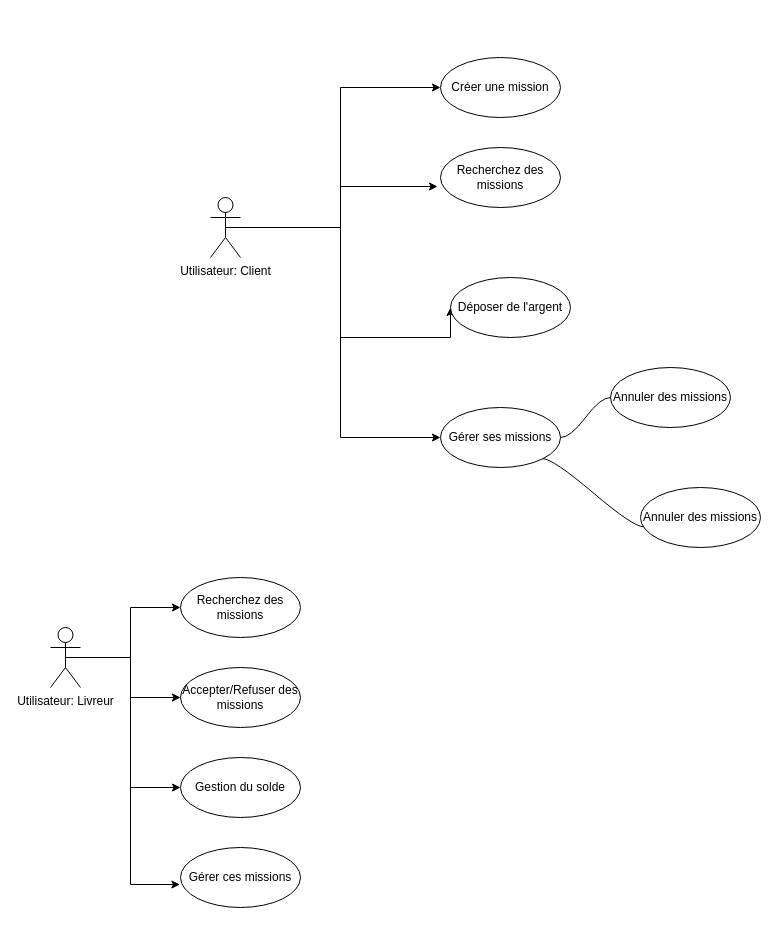
This is delivquest-case usage.drawio from kbvac/Diagramme-UML, a draw.io file, before an edit. Source tidied: cells renumbered, new cells numbered last; positions are measured from the earlier drawing's top-left corner, leaving out a move shared by most shapes. Both pictures are drawn from the tidied source at 100%, with x=0, y=0 at pixel (50, 57).
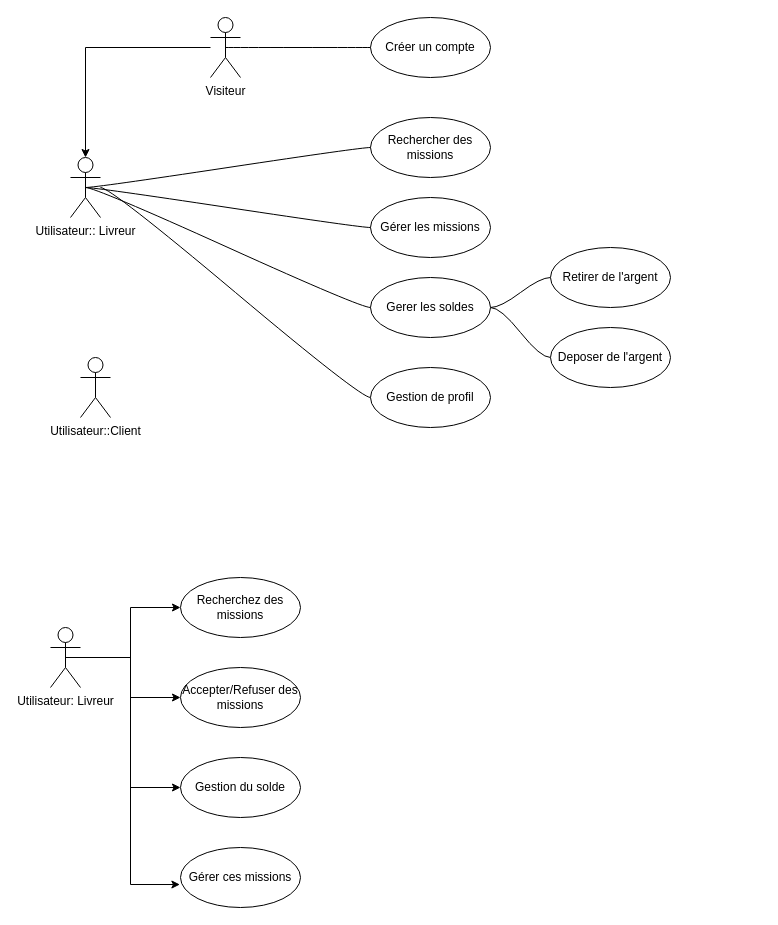
Above is the later version.

Commit message (it also covers changes not shown here):
Mettre à jour delivquest-case usage.drawio

What changed in the source:
```diff
@@
-    <mxCell id="2" style="edgeStyle=orthogonalEdgeStyle;rounded=0;jettySize=auto;html=1;entryX=0;entryY=0.5;entryDx=0;entryDy=0;" parent="1" edge="1" source="5" target="6">
-      <mxGeometry relative="1" as="geometry" />
-    </mxCell>
-    <mxCell id="3" style="edgeStyle=orthogonalEdgeStyle;rounded=0;jettySize=auto;html=1;exitX=0.5;exitY=0.5;exitDx=0;exitDy=0;exitPerimeter=0;entryX=0;entryY=0.5;entryDx=0;entryDy=0;" parent="1" edge="1" source="5" target="9">
-      <mxGeometry relative="1" as="geometry">
-        <Array as="points">
-          <mxPoint x="290" y="170" />
-          <mxPoint x="290" y="280" />
-        </Array>
-      </mxGeometry>
-    </mxCell>
-    <mxCell id="4" style="edgeStyle=orthogonalEdgeStyle;rounded=0;jettySize=auto;html=1;exitX=0.5;exitY=0.5;exitDx=0;exitDy=0;exitPerimeter=0;entryX=0;entryY=0.5;entryDx=0;entryDy=0;" parent="1" edge="1" source="5" target="11">
-      <mxGeometry relative="1" as="geometry" />
-    </mxCell>
-    <mxCell id="5" value="Utilisateur: Client" style="shape=umlActor;verticalLabelPosition=bottom;verticalAlign=top;html=1;" parent="1" vertex="1">
-      <mxGeometry x="160" y="140" width="30" height="60" as="geometry" />
-    </mxCell>
-    <mxCell id="6" value="Créer une mission" style="ellipse;whiteSpace=wrap;html=1;align=center;newEdgeStyle={&quot;edgeStyle&quot;:&quot;entityRelationEdgeStyle&quot;,&quot;startArrow&quot;:&quot;none&quot;,&quot;endArrow&quot;:&quot;none&quot;,&quot;segment&quot;:10,&quot;curved&quot;:1,&quot;sourcePerimeterSpacing&quot;:0,&quot;targetPerimeterSpacing&quot;:0};" parent="1" vertex="1">
-      <mxGeometry x="390" width="120" height="60" as="geometry" />
-    </mxCell>
-    <mxCell id="7" value="Recherchez des missions" style="ellipse;whiteSpace=wrap;html=1;align=center;newEdgeStyle={&quot;edgeStyle&quot;:&quot;entityRelationEdgeStyle&quot;,&quot;startArrow&quot;:&quot;none&quot;,&quot;endArrow&quot;:&quot;none&quot;,&quot;segment&quot;:10,&quot;curved&quot;:1,&quot;sourcePerimeterSpacing&quot;:0,&quot;targetPerimeterSpacing&quot;:0};" parent="1" vertex="1">
-      <mxGeometry x="390" y="90" width="120" height="60" as="geometry" />
-    </mxCell>
-    <mxCell id="8" style="edgeStyle=orthogonalEdgeStyle;rounded=0;jettySize=auto;html=1;exitX=0.5;exitY=0.5;exitDx=0;exitDy=0;exitPerimeter=0;entryX=-0.025;entryY=0.65;entryDx=0;entryDy=0;entryPerimeter=0;" parent="1" edge="1" source="5" target="7">
-      <mxGeometry relative="1" as="geometry" />
-    </mxCell>
-    <mxCell id="9" value="Déposer de l'argent" style="ellipse;whiteSpace=wrap;html=1;align=center;newEdgeStyle={&quot;edgeStyle&quot;:&quot;entityRelationEdgeStyle&quot;,&quot;startArrow&quot;:&quot;none&quot;,&quot;endArrow&quot;:&quot;none&quot;,&quot;segment&quot;:10,&quot;curved&quot;:1,&quot;sourcePerimeterSpacing&quot;:0,&quot;targetPerimeterSpacing&quot;:0};" parent="1" vertex="1">
-      <mxGeometry x="400" y="220" width="120" height="60" as="geometry" />
-    </mxCell>
-    <mxCell id="10" style="edgeStyle=entityRelationEdgeStyle;rounded=0;jettySize=auto;html=1;startArrow=none;endArrow=none;segment=10;curved=1;sourcePerimeterSpacing=0;targetPerimeterSpacing=0;" parent="1" edge="1" source="11" target="12">
-      <mxGeometry relative="1" as="geometry" />
-    </mxCell>
-    <mxCell id="11" value="Gérer ses missions" style="ellipse;whiteSpace=wrap;html=1;align=center;newEdgeStyle={&quot;edgeStyle&quot;:&quot;entityRelationEdgeStyle&quot;,&quot;startArrow&quot;:&quot;none&quot;,&quot;endArrow&quot;:&quot;none&quot;,&quot;segment&quot;:10,&quot;curved&quot;:1,&quot;sourcePerimeterSpacing&quot;:0,&quot;targetPerimeterSpacing&quot;:0};" parent="1" vertex="1">
-      <mxGeometry x="390" y="350" width="120" height="60" as="geometry" />
-    </mxCell>
-    <mxCell id="12" value="Annuler des missions" style="ellipse;whiteSpace=wrap;html=1;align=center;newEdgeStyle={&quot;edgeStyle&quot;:&quot;entityRelationEdgeStyle&quot;,&quot;startArrow&quot;:&quot;none&quot;,&quot;endArrow&quot;:&quot;none&quot;,&quot;segment&quot;:10,&quot;curved&quot;:1,&quot;sourcePerimeterSpacing&quot;:0,&quot;targetPerimeterSpacing&quot;:0};" parent="1" vertex="1">
-      <mxGeometry x="560" y="310" width="120" height="60" as="geometry" />
-    </mxCell>
-    <mxCell id="13" value="Annuler des missions" style="ellipse;whiteSpace=wrap;html=1;align=center;newEdgeStyle={&quot;edgeStyle&quot;:&quot;entityRelationEdgeStyle&quot;,&quot;startArrow&quot;:&quot;none&quot;,&quot;endArrow&quot;:&quot;none&quot;,&quot;segment&quot;:10,&quot;curved&quot;:1,&quot;sourcePerimeterSpacing&quot;:0,&quot;targetPerimeterSpacing&quot;:0};" parent="1" vertex="1">
-      <mxGeometry x="590" y="430" width="120" height="60" as="geometry" />
-    </mxCell>
-    <mxCell id="14" style="edgeStyle=entityRelationEdgeStyle;rounded=0;jettySize=auto;html=1;startArrow=none;endArrow=none;segment=10;curved=1;sourcePerimeterSpacing=0;targetPerimeterSpacing=0;exitX=1;exitY=1;exitDx=0;exitDy=0;entryX=0.022;entryY=0.653;entryDx=0;entryDy=0;entryPerimeter=0;" parent="1" edge="1" source="11" target="13">
-      <mxGeometry relative="1" as="geometry" />
-    </mxCell>
@@
+    <mxCell id="24" style="edgeStyle=orthogonalEdgeStyle;rounded=0;jettySize=auto;html=1;" parent="1" edge="1" source="25" target="28">
+      <mxGeometry relative="1" as="geometry" />
+    </mxCell>
+    <mxCell id="25" value="Visiteur" style="shape=umlActor;verticalLabelPosition=bottom;verticalAlign=top;html=1;" parent="1" vertex="1">
+      <mxGeometry x="160" y="-40" width="30" height="60" as="geometry" />
+    </mxCell>
+    <mxCell id="26" value="Créer un compte" style="ellipse;whiteSpace=wrap;html=1;align=center;newEdgeStyle={&quot;edgeStyle&quot;:&quot;entityRelationEdgeStyle&quot;,&quot;startArrow&quot;:&quot;none&quot;,&quot;endArrow&quot;:&quot;none&quot;,&quot;segment&quot;:10,&quot;curved&quot;:1,&quot;sourcePerimeterSpacing&quot;:0,&quot;targetPerimeterSpacing&quot;:0};" parent="1" vertex="1">
+      <mxGeometry x="320" y="-40" width="120" height="60" as="geometry" />
+    </mxCell>
+    <mxCell id="27" style="edgeStyle=entityRelationEdgeStyle;rounded=0;jettySize=auto;html=1;startArrow=none;endArrow=none;segment=10;curved=1;sourcePerimeterSpacing=0;targetPerimeterSpacing=0;exitX=0;exitY=0.5;exitDx=0;exitDy=0;entryX=0.5;entryY=0.5;entryDx=0;entryDy=0;entryPerimeter=0;" parent="1" edge="1" source="26" target="25">
+      <mxGeometry relative="1" as="geometry" />
+    </mxCell>
+    <mxCell id="28" value="Utilisateur:: Livreur" style="shape=umlActor;verticalLabelPosition=bottom;verticalAlign=top;html=1;" parent="1" vertex="1">
+      <mxGeometry x="20" y="100" width="30" height="60" as="geometry" />
+    </mxCell>
+    <mxCell id="29" value="Rechercher des missions" style="ellipse;whiteSpace=wrap;html=1;align=center;newEdgeStyle={&quot;edgeStyle&quot;:&quot;entityRelationEdgeStyle&quot;,&quot;startArrow&quot;:&quot;none&quot;,&quot;endArrow&quot;:&quot;none&quot;,&quot;segment&quot;:10,&quot;curved&quot;:1,&quot;sourcePerimeterSpacing&quot;:0,&quot;targetPerimeterSpacing&quot;:0};" parent="1" vertex="1">
+      <mxGeometry x="320" y="60" width="120" height="60" as="geometry" />
+    </mxCell>
+    <mxCell id="30" style="edgeStyle=entityRelationEdgeStyle;rounded=0;jettySize=auto;html=1;startArrow=none;endArrow=none;segment=10;curved=1;sourcePerimeterSpacing=0;targetPerimeterSpacing=0;exitX=0;exitY=0.5;exitDx=0;exitDy=0;entryX=0.5;entryY=0.5;entryDx=0;entryDy=0;entryPerimeter=0;" parent="1" edge="1" source="29" target="28">
+      <mxGeometry relative="1" as="geometry" />
+    </mxCell>
+    <mxCell id="31" value="Gérer les missions" style="ellipse;whiteSpace=wrap;html=1;align=center;newEdgeStyle={&quot;edgeStyle&quot;:&quot;entityRelationEdgeStyle&quot;,&quot;startArrow&quot;:&quot;none&quot;,&quot;endArrow&quot;:&quot;none&quot;,&quot;segment&quot;:10,&quot;curved&quot;:1,&quot;sourcePerimeterSpacing&quot;:0,&quot;targetPerimeterSpacing&quot;:0};" parent="1" vertex="1">
+      <mxGeometry x="320" y="140" width="120" height="60" as="geometry" />
+    </mxCell>
+    <mxCell id="32" style="edgeStyle=entityRelationEdgeStyle;rounded=0;jettySize=auto;html=1;startArrow=none;endArrow=none;segment=10;curved=1;sourcePerimeterSpacing=0;targetPerimeterSpacing=0;exitX=0;exitY=0.5;exitDx=0;exitDy=0;entryX=0.5;entryY=0.5;entryDx=0;entryDy=0;entryPerimeter=0;" parent="1" edge="1" source="31" target="28">
+      <mxGeometry relative="1" as="geometry" />
+    </mxCell>
+    <mxCell id="33" value="Utilisateur::Client" style="shape=umlActor;verticalLabelPosition=bottom;verticalAlign=top;html=1;" parent="1" vertex="1">
+      <mxGeometry x="30" y="300" width="30" height="60" as="geometry" />
+    </mxCell>
+    <mxCell id="34" style="edgeStyle=entityRelationEdgeStyle;rounded=0;jettySize=auto;html=1;startArrow=none;endArrow=none;segment=10;curved=1;sourcePerimeterSpacing=0;targetPerimeterSpacing=0;exitX=1;exitY=0.5;exitDx=0;exitDy=0;entryX=0;entryY=0.5;entryDx=0;entryDy=0;" parent="1" edge="1" source="36" target="40">
+      <mxGeometry relative="1" as="geometry" />
+    </mxCell>
+    <mxCell id="35" style="edgeStyle=entityRelationEdgeStyle;rounded=0;jettySize=auto;html=1;startArrow=none;endArrow=none;segment=10;curved=1;sourcePerimeterSpacing=0;targetPerimeterSpacing=0;exitX=1;exitY=0.5;exitDx=0;exitDy=0;entryX=0;entryY=0.5;entryDx=0;entryDy=0;" parent="1" edge="1" source="36" target="41">
+      <mxGeometry relative="1" as="geometry" />
+    </mxCell>
+    <mxCell id="36" value="Gerer les soldes" style="ellipse;whiteSpace=wrap;html=1;align=center;newEdgeStyle={&quot;edgeStyle&quot;:&quot;entityRelationEdgeStyle&quot;,&quot;startArrow&quot;:&quot;none&quot;,&quot;endArrow&quot;:&quot;none&quot;,&quot;segment&quot;:10,&quot;curved&quot;:1,&quot;sourcePerimeterSpacing&quot;:0,&quot;targetPerimeterSpacing&quot;:0};" parent="1" vertex="1">
+      <mxGeometry x="320" y="220" width="120" height="60" as="geometry" />
+    </mxCell>
+    <mxCell id="37" style="edgeStyle=entityRelationEdgeStyle;rounded=0;jettySize=auto;html=1;startArrow=none;endArrow=none;segment=10;curved=1;sourcePerimeterSpacing=0;targetPerimeterSpacing=0;exitX=0;exitY=0.5;exitDx=0;exitDy=0;entryX=0.5;entryY=0.5;entryDx=0;entryDy=0;entryPerimeter=0;" parent="1" edge="1" source="36" target="28">
+      <mxGeometry relative="1" as="geometry" />
+    </mxCell>
+    <mxCell id="38" style="edgeStyle=entityRelationEdgeStyle;rounded=0;jettySize=auto;html=1;startArrow=none;endArrow=none;segment=10;curved=1;sourcePerimeterSpacing=0;targetPerimeterSpacing=0;exitX=0;exitY=0.5;exitDx=0;exitDy=0;" parent="1" edge="1" source="39" target="28">
+      <mxGeometry relative="1" as="geometry" />
+    </mxCell>
+    <mxCell id="39" value="Gestion de profil" style="ellipse;whiteSpace=wrap;html=1;align=center;newEdgeStyle={&quot;edgeStyle&quot;:&quot;entityRelationEdgeStyle&quot;,&quot;startArrow&quot;:&quot;none&quot;,&quot;endArrow&quot;:&quot;none&quot;,&quot;segment&quot;:10,&quot;curved&quot;:1,&quot;sourcePerimeterSpacing&quot;:0,&quot;targetPerimeterSpacing&quot;:0};" parent="1" vertex="1">
+      <mxGeometry x="320" y="310" width="120" height="60" as="geometry" />
+    </mxCell>
+    <mxCell id="40" value="Retirer de l'argent" style="ellipse;whiteSpace=wrap;html=1;align=center;newEdgeStyle={&quot;edgeStyle&quot;:&quot;entityRelationEdgeStyle&quot;,&quot;startArrow&quot;:&quot;none&quot;,&quot;endArrow&quot;:&quot;none&quot;,&quot;segment&quot;:10,&quot;curved&quot;:1,&quot;sourcePerimeterSpacing&quot;:0,&quot;targetPerimeterSpacing&quot;:0};" parent="1" vertex="1">
+      <mxGeometry x="500" y="190" width="120" height="60" as="geometry" />
+    </mxCell>
+    <mxCell id="41" value="Deposer de l'argent" style="ellipse;whiteSpace=wrap;html=1;align=center;newEdgeStyle={&quot;edgeStyle&quot;:&quot;entityRelationEdgeStyle&quot;,&quot;startArrow&quot;:&quot;none&quot;,&quot;endArrow&quot;:&quot;none&quot;,&quot;segment&quot;:10,&quot;curved&quot;:1,&quot;sourcePerimeterSpacing&quot;:0,&quot;targetPerimeterSpacing&quot;:0};" parent="1" vertex="1">
+      <mxGeometry x="500" y="270" width="120" height="60" as="geometry" />
+    </mxCell>
```
